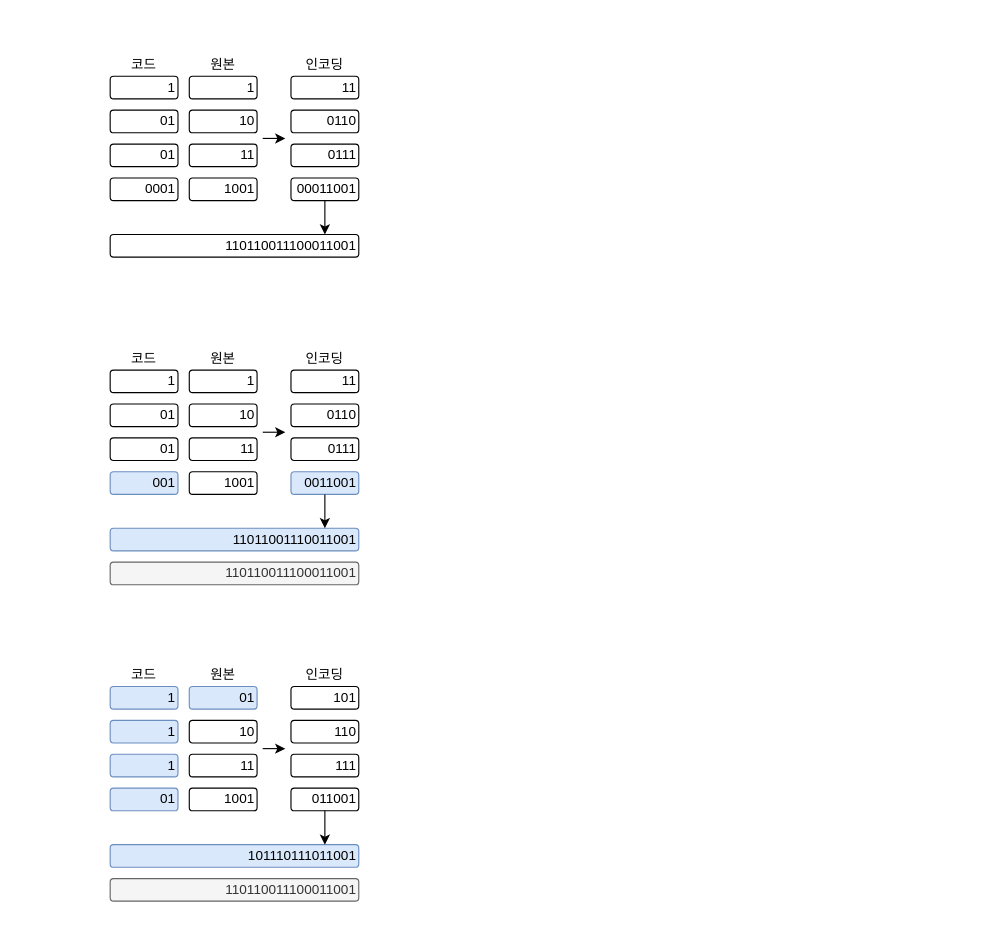
Earlier version of the draw.io diagram 2024_BOJ/drawio/6498.drawio (celbeing/PS_STUDY). Source tidied: cells renumbered, new cells numbered last; positions are measured from the earlier drawing's top-left corner, leaving out a move shared by most shapes. Both pictures are drawn from the tidied source at 113%, with x=0, y=0 at pixel (19, 42).
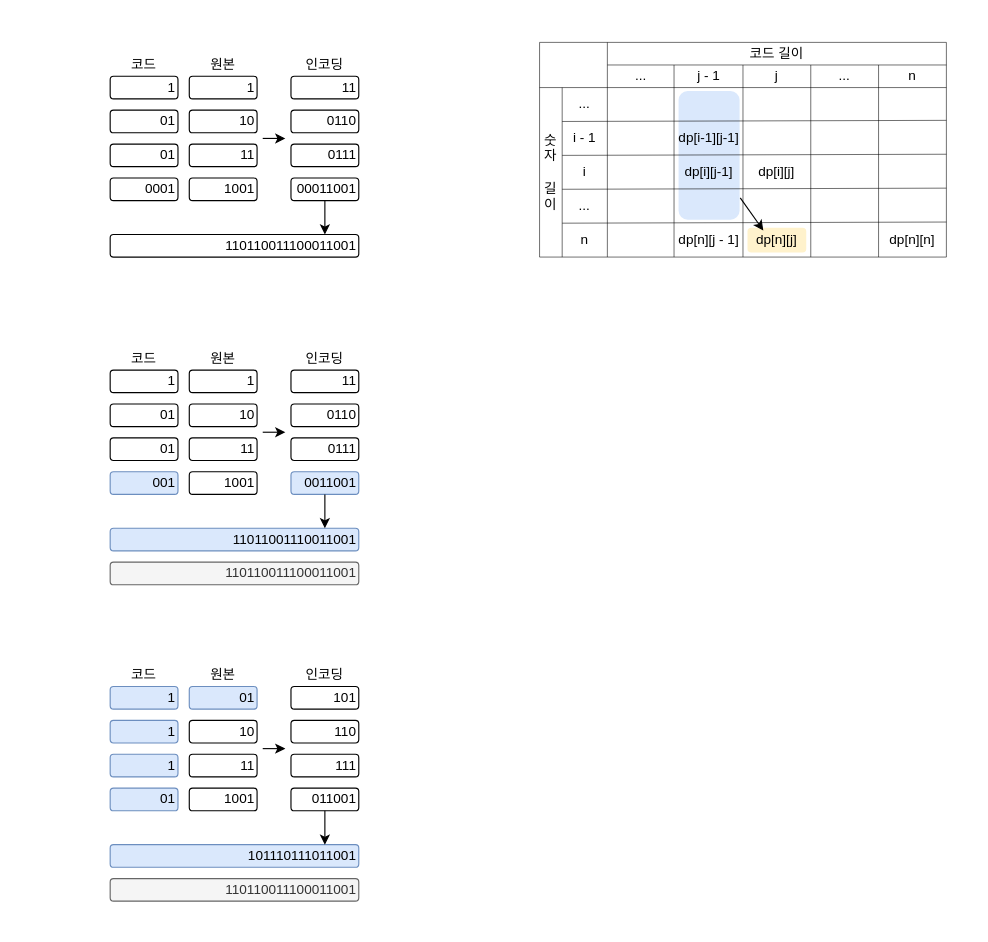
The same page after the edit.

Change to the diagram source:
```diff
@@
+    <mxCell id="61" style="rounded=0;whiteSpace=wrap;html=1;strokeColor=none;" parent="1" vertex="1">
+      <mxGeometry x="440" y="-20" width="400" height="230" as="geometry" />
+    </mxCell>
+    <mxCell id="62" style="rounded=1;whiteSpace=wrap;html=1;fillColor=#dae8fc;strokeColor=none;" parent="1" vertex="1">
+      <mxGeometry x="583" y="43" width="54" height="114" as="geometry" />
+    </mxCell>
@@
+    <mxCell id="63" value="j - 1" style="text;html=1;align=center;verticalAlign=middle;whiteSpace=wrap;rounded=0;" parent="1" vertex="1">
+      <mxGeometry x="580" y="20" width="60" height="20" as="geometry" />
+    </mxCell>
+    <mxCell id="64" value="코드 길이" style="text;html=1;align=center;verticalAlign=middle;whiteSpace=wrap;rounded=0;" parent="1" vertex="1">
+      <mxGeometry x="520" width="300" height="20" as="geometry" />
+    </mxCell>
+    <mxCell id="65" value="j" style="text;html=1;align=center;verticalAlign=middle;whiteSpace=wrap;rounded=0;" parent="1" vertex="1">
+      <mxGeometry x="640" y="20" width="60" height="20" as="geometry" />
+    </mxCell>
+    <mxCell id="66" value="숫&lt;div&gt;자&lt;/div&gt;&lt;div&gt;&lt;br&gt;&lt;/div&gt;&lt;div&gt;길&lt;/div&gt;&lt;div&gt;이&lt;/div&gt;" style="text;html=1;align=center;verticalAlign=middle;whiteSpace=wrap;rounded=0;" parent="1" vertex="1">
+      <mxGeometry x="460" y="40" width="20" height="150" as="geometry" />
+    </mxCell>
+    <mxCell id="67" value="..." style="text;html=1;align=center;verticalAlign=middle;whiteSpace=wrap;rounded=0;" parent="1" vertex="1">
+      <mxGeometry x="700" y="20" width="60" height="20" as="geometry" />
+    </mxCell>
+    <mxCell id="68" style="endArrow=none;html=1;rounded=0;strokeWidth=0.5;exitX=1;exitY=1;exitDx=0;exitDy=0;" parent="1" edge="1" source="86">
+      <mxGeometry relative="1" as="geometry">
+        <mxPoint x="520" as="targetPoint" />
+      </mxGeometry>
+    </mxCell>
+    <mxCell id="69" style="endArrow=none;html=1;rounded=0;strokeWidth=0.5;entryX=0;entryY=0.25;entryDx=0;entryDy=0;" parent="1" edge="1">
+      <mxGeometry relative="1" as="geometry">
+        <mxPoint x="640" y="190" as="sourcePoint" />
+        <mxPoint x="640" y="20" as="targetPoint" />
+      </mxGeometry>
+    </mxCell>
+    <mxCell id="70" style="endArrow=none;html=1;rounded=0;strokeWidth=0.5;entryX=0;entryY=0.25;entryDx=0;entryDy=0;" parent="1" edge="1">
+      <mxGeometry relative="1" as="geometry">
+        <mxPoint x="700" y="190" as="sourcePoint" />
+        <mxPoint x="700" y="20" as="targetPoint" />
+      </mxGeometry>
+    </mxCell>
+    <mxCell id="71" style="endArrow=none;html=1;rounded=0;strokeWidth=0.5;entryX=1;entryY=0;entryDx=0;entryDy=0;exitX=0;exitY=0;exitDx=0;exitDy=0;" parent="1" edge="1" source="73" target="75">
+      <mxGeometry relative="1" as="geometry" />
+    </mxCell>
+    <mxCell id="72" style="endArrow=none;html=1;rounded=0;strokeWidth=0.5;entryX=1;entryY=1;entryDx=0;entryDy=0;" parent="1" edge="1" target="75">
+      <mxGeometry relative="1" as="geometry">
+        <mxPoint x="460" y="40" as="sourcePoint" />
+      </mxGeometry>
+    </mxCell>
+    <mxCell id="73" value="..." style="text;html=1;align=center;verticalAlign=middle;whiteSpace=wrap;rounded=0;" parent="1" vertex="1">
+      <mxGeometry x="520" y="20" width="60" height="20" as="geometry" />
+    </mxCell>
+    <mxCell id="74" style="endArrow=none;html=1;rounded=0;strokeWidth=0.5;entryX=0;entryY=0.25;entryDx=0;entryDy=0;" parent="1" edge="1">
+      <mxGeometry relative="1" as="geometry">
+        <mxPoint x="579" y="190" as="sourcePoint" />
+        <mxPoint x="579" y="20" as="targetPoint" />
+      </mxGeometry>
+    </mxCell>
+    <mxCell id="75" value="n" style="text;html=1;align=center;verticalAlign=middle;whiteSpace=wrap;rounded=0;" parent="1" vertex="1">
+      <mxGeometry x="760" y="20" width="60" height="20" as="geometry" />
+    </mxCell>
+    <mxCell id="76" style="endArrow=none;html=1;rounded=0;strokeWidth=0.5;entryX=1;entryY=0;entryDx=0;entryDy=0;" parent="1" edge="1">
+      <mxGeometry relative="1" as="geometry">
+        <mxPoint x="820" y="190" as="sourcePoint" />
+        <mxPoint x="820" as="targetPoint" />
+      </mxGeometry>
+    </mxCell>
+    <mxCell id="77" style="endArrow=none;html=1;rounded=0;strokeWidth=0.5;entryX=0;entryY=0.25;entryDx=0;entryDy=0;" parent="1" edge="1">
+      <mxGeometry relative="1" as="geometry">
+        <mxPoint x="760" y="190" as="sourcePoint" />
+        <mxPoint x="760" y="20" as="targetPoint" />
+      </mxGeometry>
+    </mxCell>
+    <mxCell id="78" value="..." style="text;html=1;align=center;verticalAlign=middle;whiteSpace=wrap;rounded=0;" parent="1" vertex="1">
+      <mxGeometry x="480" y="40" width="40" height="30" as="geometry" />
+    </mxCell>
+    <mxCell id="79" style="endArrow=none;html=1;rounded=0;strokeWidth=0.5;entryX=1;entryY=1;entryDx=0;entryDy=0;exitX=0;exitY=1;exitDx=0;exitDy=0;" parent="1" edge="1" source="78">
+      <mxGeometry relative="1" as="geometry">
+        <mxPoint x="820" y="69" as="targetPoint" />
+      </mxGeometry>
+    </mxCell>
+    <mxCell id="80" value="i - 1" style="text;html=1;align=center;verticalAlign=middle;whiteSpace=wrap;rounded=0;" parent="1" vertex="1">
+      <mxGeometry x="480" y="70" width="40" height="30" as="geometry" />
+    </mxCell>
+    <mxCell id="81" style="endArrow=none;html=1;rounded=0;strokeWidth=0.5;entryX=1;entryY=1;entryDx=0;entryDy=0;exitX=0;exitY=1;exitDx=0;exitDy=0;" parent="1" edge="1" source="80">
+      <mxGeometry relative="1" as="geometry">
+        <mxPoint x="820" y="99" as="targetPoint" />
+      </mxGeometry>
+    </mxCell>
+    <mxCell id="82" value="i" style="text;html=1;align=center;verticalAlign=middle;whiteSpace=wrap;rounded=0;" parent="1" vertex="1">
+      <mxGeometry x="480" y="100" width="40" height="30" as="geometry" />
+    </mxCell>
+    <mxCell id="83" style="endArrow=none;html=1;rounded=0;strokeWidth=0.5;entryX=1;entryY=1;entryDx=0;entryDy=0;exitX=0;exitY=1;exitDx=0;exitDy=0;" parent="1" edge="1" source="82">
+      <mxGeometry relative="1" as="geometry">
+        <mxPoint x="820" y="129" as="targetPoint" />
+      </mxGeometry>
+    </mxCell>
+    <mxCell id="84" value="..." style="text;html=1;align=center;verticalAlign=middle;whiteSpace=wrap;rounded=0;" parent="1" vertex="1">
+      <mxGeometry x="480" y="130" width="40" height="30" as="geometry" />
+    </mxCell>
+    <mxCell id="85" style="endArrow=none;html=1;rounded=0;strokeWidth=0.5;entryX=1;entryY=1;entryDx=0;entryDy=0;exitX=0;exitY=1;exitDx=0;exitDy=0;" parent="1" edge="1" source="84">
+      <mxGeometry relative="1" as="geometry">
+        <mxPoint x="820" y="159" as="targetPoint" />
+      </mxGeometry>
+    </mxCell>
+    <mxCell id="86" value="n" style="text;html=1;align=center;verticalAlign=middle;whiteSpace=wrap;rounded=0;" parent="1" vertex="1">
+      <mxGeometry x="480" y="160" width="40" height="30" as="geometry" />
+    </mxCell>
+    <mxCell id="87" style="endArrow=none;html=1;rounded=0;strokeWidth=0.5;entryX=1;entryY=1;entryDx=0;entryDy=0;" parent="1" edge="1">
+      <mxGeometry relative="1" as="geometry">
+        <mxPoint x="460" y="190" as="sourcePoint" />
+        <mxPoint x="820" y="190" as="targetPoint" />
+      </mxGeometry>
+    </mxCell>
+    <mxCell id="88" style="endArrow=none;html=1;rounded=0;strokeWidth=0.5;exitX=1;exitY=1;exitDx=0;exitDy=0;" parent="1" edge="1">
+      <mxGeometry relative="1" as="geometry">
+        <mxPoint x="460" y="190" as="sourcePoint" />
+        <mxPoint x="460" as="targetPoint" />
+      </mxGeometry>
+    </mxCell>
+    <mxCell id="89" style="endArrow=none;html=1;rounded=0;strokeWidth=0.5;exitX=1;exitY=1;exitDx=0;exitDy=0;" parent="1" edge="1">
+      <mxGeometry relative="1" as="geometry">
+        <mxPoint x="480" y="190" as="sourcePoint" />
+        <mxPoint x="480" y="40" as="targetPoint" />
+      </mxGeometry>
+    </mxCell>
+    <mxCell id="90" style="endArrow=none;html=1;rounded=0;strokeWidth=0.5;entryX=1;entryY=1;entryDx=0;entryDy=0;" parent="1" edge="1">
+      <mxGeometry relative="1" as="geometry">
+        <mxPoint x="460" as="sourcePoint" />
+        <mxPoint x="820" as="targetPoint" />
+      </mxGeometry>
+    </mxCell>
+    <mxCell id="91" value="dp[i-1][j-1]" style="text;html=1;align=center;verticalAlign=middle;whiteSpace=wrap;rounded=0;" parent="1" vertex="1">
+      <mxGeometry x="580" y="75" width="60" height="20" as="geometry" />
+    </mxCell>
+    <mxCell id="92" value="dp[i][j-1]" style="text;html=1;align=center;verticalAlign=middle;whiteSpace=wrap;rounded=0;" parent="1" vertex="1">
+      <mxGeometry x="580" y="105" width="60" height="20" as="geometry" />
+    </mxCell>
+    <mxCell id="93" value="dp[i][j]" style="text;html=1;align=center;verticalAlign=middle;whiteSpace=wrap;rounded=0;" parent="1" vertex="1">
+      <mxGeometry x="640" y="105" width="60" height="20" as="geometry" />
+    </mxCell>
+    <mxCell id="94" value="dp[n][j - 1]" style="text;html=1;align=center;verticalAlign=middle;whiteSpace=wrap;rounded=0;" parent="1" vertex="1">
+      <mxGeometry x="580" y="165" width="60" height="20" as="geometry" />
+    </mxCell>
+    <mxCell id="95" style="rounded=1;whiteSpace=wrap;html=1;strokeColor=none;fillColor=#fff2cc;" parent="1" vertex="1">
+      <mxGeometry x="644" y="164" width="52" height="22" as="geometry" />
+    </mxCell>
+    <mxCell id="96" value="dp[n][j]" style="text;html=1;align=center;verticalAlign=middle;whiteSpace=wrap;rounded=0;" parent="1" vertex="1">
+      <mxGeometry x="640" y="165" width="60" height="20" as="geometry" />
+    </mxCell>
+    <mxCell id="97" value="dp[n][n]" style="text;html=1;align=center;verticalAlign=middle;whiteSpace=wrap;rounded=0;" parent="1" vertex="1">
+      <mxGeometry x="760" y="165" width="60" height="20" as="geometry" />
+    </mxCell>
+    <mxCell id="98" style="endArrow=classic;html=1;rounded=0;exitX=1.011;exitY=0.83;exitDx=0;exitDy=0;exitPerimeter=0;entryX=0.3;entryY=0.07;entryDx=0;entryDy=0;entryPerimeter=0;" parent="1" edge="1" source="62" target="96">
+      <mxGeometry relative="1" as="geometry" />
+    </mxCell>
```
